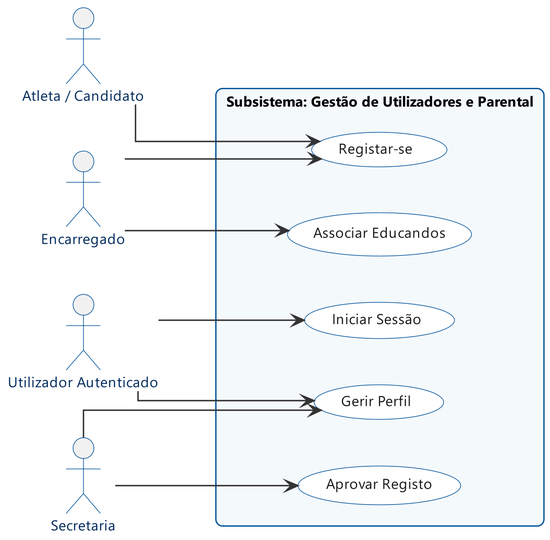
Before: Relatorio/images/casos_uso_utilizadores.png, a diagram exported from PlantUML (MartiGames8899/LI4). The source it was exported from:
```plantuml
@startuml casos_uso_utilizadores
!include _cap_skin.puml
left to right direction

actor "Atleta / Candidato" as Athlete
actor "Encarregado" as Parent
actor "Utilizador Autenticado" as User
actor "Secretaria" as Secretary

rectangle "Subsistema: Gestão de Utilizadores e Parental" {
    usecase "Registar-se" as UC_Register
    usecase "Iniciar Sessão" as UC_Login
    usecase "Gerir Perfil" as UC_EditProfile
    usecase "Associar Educandos" as UC_LinkParental
    usecase "Aprovar Registo" as UC_ApproveRegistration
}

Athlete --> UC_Register
Parent --> UC_Register

User --> UC_Login
User --> UC_EditProfile

Parent --> UC_LinkParental

Secretary --> UC_ApproveRegistration
Secretary --> UC_EditProfile

@enduml
```
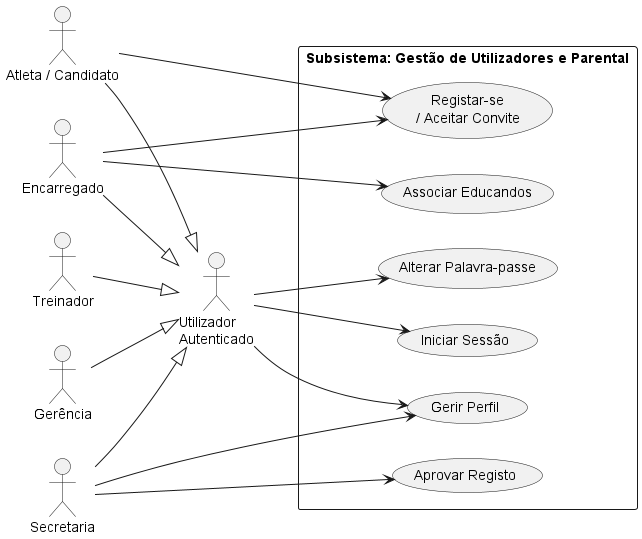
After the commit.

The edit, as a diff of the source:
```diff
@@ -1,16 +1,25 @@
-@startuml casos_uso_utilizadores
-!include _cap_skin.puml
+@startuml
+
 left to right direction
 
+actor "Utilizador\nAutenticado" as User
 actor "Atleta / Candidato" as Athlete
 actor "Encarregado" as Parent
-actor "Utilizador Autenticado" as User
+actor "Treinador" as Coach
 actor "Secretaria" as Secretary
+actor "Gerência" as Management
+
+Athlete --|> User
+Parent --|> User
+Coach --|> User
+Secretary --|> User
+Management --|> User
 
 rectangle "Subsistema: Gestão de Utilizadores e Parental" {
-    usecase "Registar-se" as UC_Register
+    usecase "Registar-se\n/ Aceitar Convite" as UC_Register
     usecase "Iniciar Sessão" as UC_Login
     usecase "Gerir Perfil" as UC_EditProfile
+    usecase "Alterar Palavra-passe" as UC_ChangePassword
     usecase "Associar Educandos" as UC_LinkParental
     usecase "Aprovar Registo" as UC_ApproveRegistration
 }
@@ -20,6 +29,7 @@
 
 User --> UC_Login
 User --> UC_EditProfile
+User --> UC_ChangePassword
 
 Parent --> UC_LinkParental
 
```
